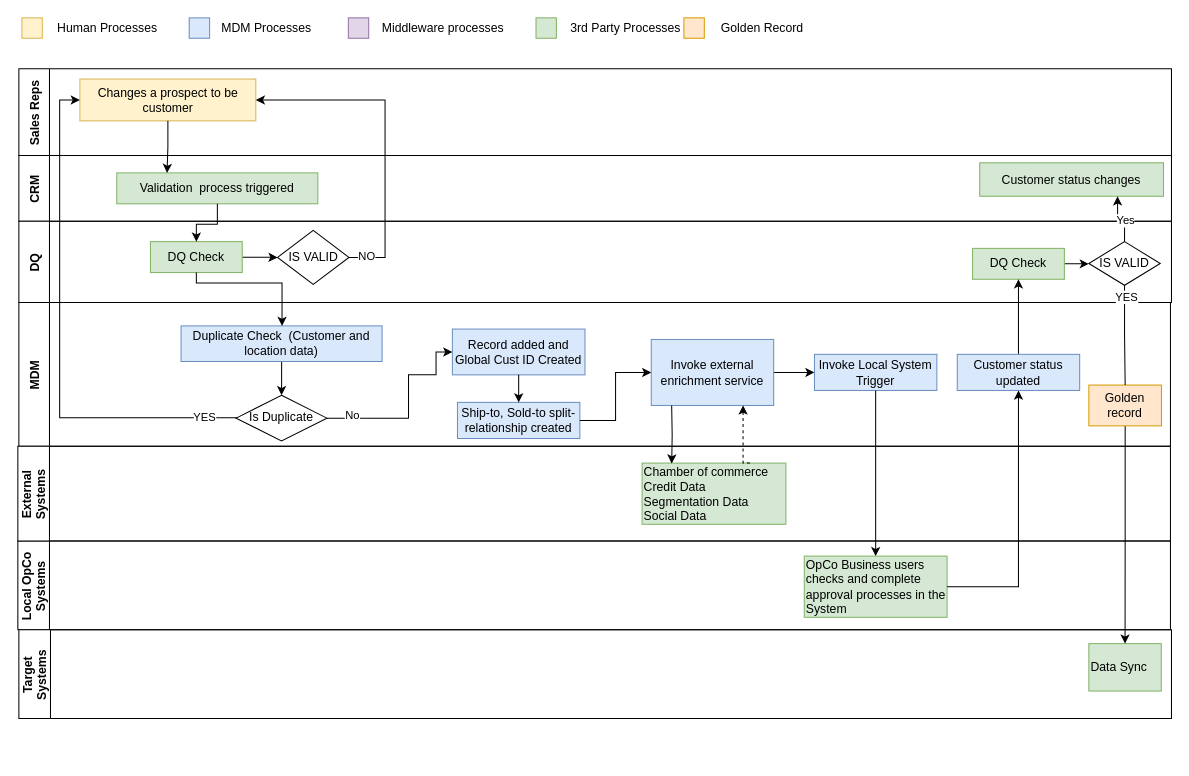
Above: page "Customer Onboarding (from CRM)" (2 of 8) of MDM-Processes.drawio in biswarup81/drawings (draw.io), before the change. Source tidied: cells renumbered, new cells numbered last; positions are measured from the earlier drawing's top-left corner, leaving out a move shared by most shapes. Both pictures are drawn from the tidied source at 102%, with x=0, y=0 at pixel (17, 17).
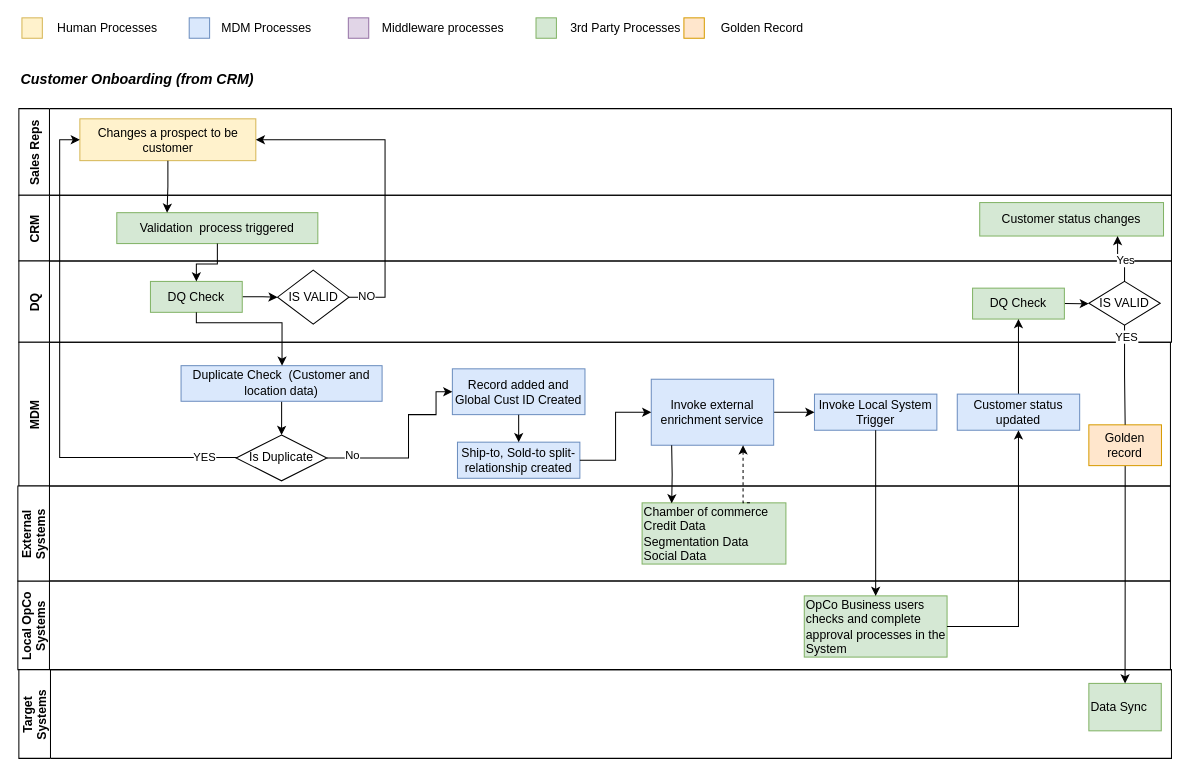
After the change.

Unchanged cells that the change refers to:
```xml
<mxCell id="29" value="Invoke external enrichment service" style="whiteSpace=wrap;html=1;fillColor=#dae8fc;strokeColor=#6c8ebf;" parent="2" vertex="1">
  <mxGeometry x="620" y="235.3" width="120" height="64.7" as="geometry" />
</mxCell>
<mxCell id="52" value="Chamber of commerce&lt;br&gt;Credit Data&lt;br&gt;Segmentation Data&lt;br&gt;Social Data" style="whiteSpace=wrap;html=1;strokeColor=#82b366;fillColor=#d5e8d4;align=left;" parent="51" vertex="1">
  <mxGeometry x="612" y="16.5" width="141" height="60" as="geometry" />
</mxCell>
```

What changed in the source:
```diff
@@
     <mxCell id="2" style="group;" parent="1" vertex="1">
-      <mxGeometry x="1" y="80" width="1130" height="366.7" as="geometry" />
+      <mxGeometry x="1" y="119" width="1130" height="366.7" as="geometry" />
     </mxCell>
@@
     <mxCell id="38" value="MDM" style="swimlane;startSize=30;horizontal=0;" parent="1" vertex="1">
-      <mxGeometry x="1" y="279" width="1129" height="141" as="geometry" />
+      <mxGeometry x="1" y="318" width="1129" height="141" as="geometry" />
     </mxCell>
@@
     <mxCell id="49" value="Local OpCo&#10;Systems" style="swimlane;startSize=31;horizontal=0;" parent="1" vertex="1">
-      <mxGeometry y="513" width="1130" height="87" as="geometry" />
+      <mxGeometry y="552" width="1130" height="87" as="geometry" />
     </mxCell>
@@
     <mxCell id="51" value="External &#10;Systems" style="swimlane;startSize=31;horizontal=0;" parent="1" vertex="1">
-      <mxGeometry y="420" width="1130" height="93" as="geometry" />
+      <mxGeometry y="459" width="1130" height="93" as="geometry" />
     </mxCell>
@@
     <mxCell id="53" style="edgeStyle=orthogonalEdgeStyle;rounded=0;jettySize=auto;html=1;entryX=0.206;entryY=0.008;entryDx=0;entryDy=0;entryPerimeter=0;" parent="1" edge="1" target="52">
       <mxGeometry relative="1" as="geometry">
-        <mxPoint x="641" y="380" as="sourcePoint" />
+        <mxPoint x="641" y="419" as="sourcePoint" />
       </mxGeometry>
     </mxCell>
@@
     <mxCell id="56" style="edgeStyle=orthogonalEdgeStyle;rounded=0;jettySize=auto;html=1;exitX=0.75;exitY=0;exitDx=0;exitDy=0;entryX=0.75;entryY=1;entryDx=0;entryDy=0;dashed=1;" parent="1" edge="1" source="52" target="29">
       <mxGeometry relative="1" as="geometry">
         <Array as="points">
-          <mxPoint x="711" y="437" />
+          <mxPoint x="711" y="476" />
         </Array>
       </mxGeometry>
     </mxCell>
     <mxCell id="57" value="Target&#10;Systems" style="swimlane;startSize=31;horizontal=0;" parent="1" vertex="1">
-      <mxGeometry x="1" y="600" width="1130" height="87" as="geometry" />
+      <mxGeometry x="1" y="639" width="1130" height="87" as="geometry" />
     </mxCell>
@@
     <mxCell id="60" value="Golden record" style="whiteSpace=wrap;html=1;fillColor=#ffe6cc;strokeColor=#d79b00;" parent="1" vertex="1">
-      <mxGeometry x="1050" y="360" width="71.2" height="40" as="geometry" />
+      <mxGeometry x="1050" y="399" width="71.2" height="40" as="geometry" />
     </mxCell>
@@
+    <mxCell id="63" value="&lt;div style=&quot;box-sizing: border-box ; font-family: &amp;quot;segoe ui&amp;quot; , , &amp;quot;apple color emoji&amp;quot; , &amp;quot;segoe ui emoji&amp;quot; , sans-serif ; font-size: 14px&quot;&gt;Customer Onboarding (from CRM)&amp;nbsp;&lt;/div&gt;" style="text;html=1;strokeColor=none;fillColor=none;align=left;verticalAlign=middle;whiteSpace=wrap;rounded=0;fontFamily=Helvetica;fontSize=12;fontStyle=3;" parent="1" vertex="1">
+      <mxGeometry x="1" y="50" width="519" height="20" as="geometry" />
+    </mxCell>
```
